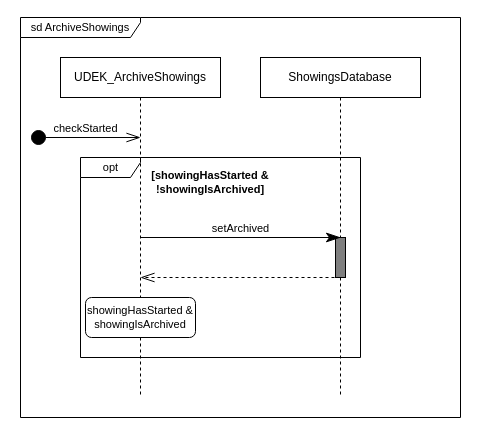
Earlier version of the draw.io diagram a05_sequence_diagram_r07.drawio (melvdlin/swtlab). Source tidied: cells renumbered, new cells numbered last; positions are measured from the earlier drawing's top-left corner, leaving out a move shared by most shapes. Both pictures are drawn from the tidied source at 100%, with x=0, y=0 at pixel (20, 17).
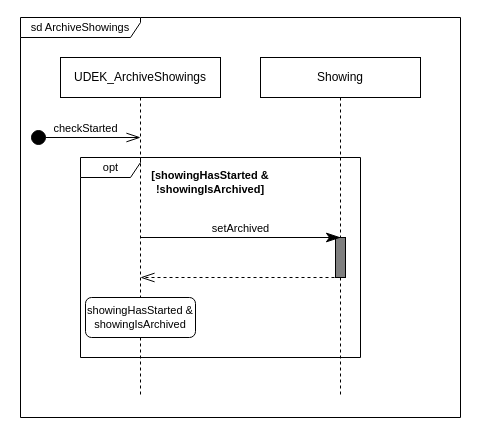
After the change.

The edit, as a diff of the source:
```diff
@@
 <mxGraphModel>
   <root>
     <mxCell id="0" />
     <mxCell id="1" parent="0" />
     <mxCell id="2" value="sd ArchiveShowings" style="shape=umlFrame;whiteSpace=wrap;html=1;fontFamily=Helvetica;fontSize=11;fontColor=default;strokeWidth=1;fillColor=default;gradientColor=none;width=120;height=20;" parent="1" vertex="1">
       <mxGeometry width="440" height="400" as="geometry" />
     </mxCell>
     <mxCell id="3" parent="0" />
     <mxCell id="4" value="UDEK_ArchiveShowings" style="shape=umlLifeline;perimeter=lifelinePerimeter;whiteSpace=wrap;html=1;" parent="3" vertex="1">
       <mxGeometry x="40" y="40" width="160" height="340" as="geometry" />
     </mxCell>
-    <mxCell id="5" value="ShowingsDatabase" style="shape=umlLifeline;perimeter=lifelinePerimeter;whiteSpace=wrap;html=1;" parent="3" vertex="1">
+    <mxCell id="5" value="Showing" style="shape=umlLifeline;perimeter=lifelinePerimeter;whiteSpace=wrap;html=1;" parent="3" vertex="1">
       <mxGeometry x="240" y="40" width="160" height="340" as="geometry" />
     </mxCell>
     <mxCell id="6" parent="0" />
     <mxCell id="7" value="opt" style="shape=umlFrame;tabWidth=110;tabHeight=30;tabPosition=left;html=1;boundedLbl=1;labelInHeader=1;width=60;height=20;fontFamily=Helvetica;fontSize=11;fontColor=default;fillColor=none;" parent="6" vertex="1">
       <mxGeometry x="60" y="140" width="280" height="200" as="geometry" />
     </mxCell>
     <mxCell id="8" value="&lt;b&gt;[showingHasStarted &amp;amp; !showingIsArchived]&lt;/b&gt;" style="text;html=1;strokeColor=none;fillColor=none;align=center;verticalAlign=middle;whiteSpace=wrap;rounded=0;dashed=1;fontFamily=Helvetica;fontSize=11;fontColor=default;" parent="7" vertex="1">
       <mxGeometry x="70" y="10" width="120" height="30" as="geometry" />
     </mxCell>
     <mxCell id="9" parent="0" />
     <mxCell id="10" style="rounded=0;whiteSpace=wrap;html=1;fontFamily=Helvetica;fontSize=11;fontColor=default;fillColor=#7F7F7F;imageAlign=left;" parent="9" vertex="1">
       <mxGeometry x="315" y="220" width="10" height="40" as="geometry" />
     </mxCell>
     <mxCell id="11" parent="0" />
     <mxCell id="12" value="setArchived" style="endArrow=classicThin;html=1;rounded=0;labelBackgroundColor=default;fontFamily=Helvetica;fontSize=11;fontColor=default;startSize=12;endSize=12;strokeColor=default;shape=connector;endFill=1;verticalAlign=bottom;" parent="11" edge="1">
       <mxGeometry relative="1" as="geometry">
         <mxPoint x="120" y="220" as="sourcePoint" />
         <mxPoint x="320" y="220" as="targetPoint" />
       </mxGeometry>
     </mxCell>
     <mxCell id="13" value="checkStarted" style="html=1;verticalAlign=bottom;startArrow=circle;startFill=1;endArrow=openThin;startSize=6;endSize=12;rounded=0;endFill=0;" parent="11" edge="1">
       <mxGeometry relative="1" as="geometry">
         <mxPoint x="10" y="120" as="sourcePoint" />
         <mxPoint x="120" y="120" as="targetPoint" />
       </mxGeometry>
     </mxCell>
     <mxCell id="14" style="edgeStyle=none;shape=connector;rounded=0;orthogonalLoop=1;jettySize=auto;html=1;labelBackgroundColor=default;fontFamily=Helvetica;fontSize=11;fontColor=default;endArrow=openThin;endFill=0;startSize=12;endSize=12;strokeColor=default;dashed=1;verticalAlign=bottom;" parent="11" edge="1">
       <mxGeometry relative="1" as="geometry">
         <mxPoint x="320" y="260" as="sourcePoint" />
         <mxPoint x="120" y="260" as="targetPoint" />
       </mxGeometry>
     </mxCell>
     <mxCell id="15" parent="0" />
     <mxCell id="16" value="showingHasStarted &amp;amp; showingIsArchived" style="rounded=1;whiteSpace=wrap;html=1;fontFamily=Helvetica;fontSize=11;fontColor=default;strokeWidth=1;fillColor=default;gradientColor=none;" parent="15" vertex="1">
       <mxGeometry x="65" y="280" width="110" height="40" as="geometry" />
     </mxCell>
   </root>
 </mxGraphModel>
```
